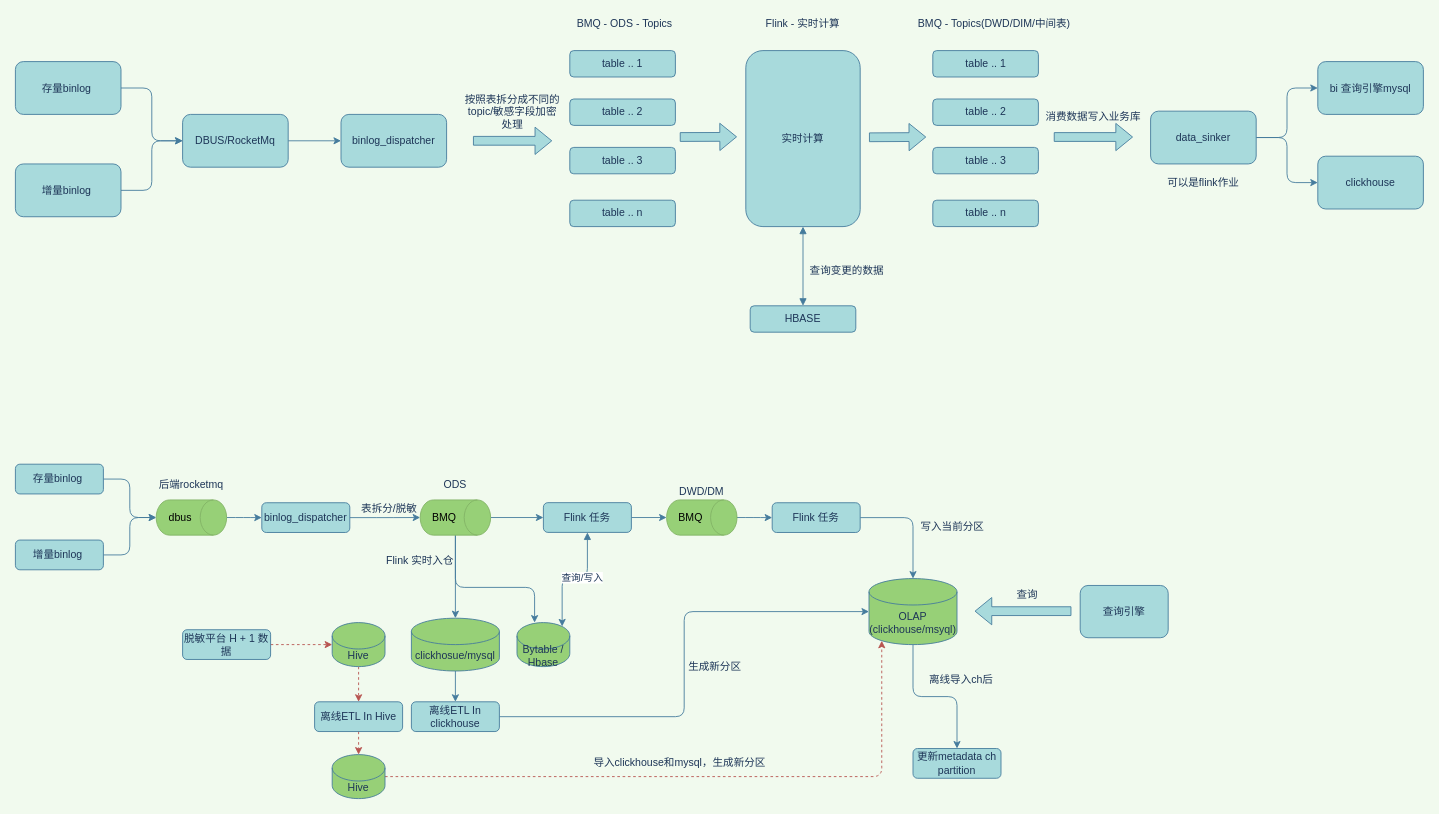
Above: real_time_etl.drawio in cicelprg/drawio (draw.io), before the change. Source tidied: cells renumbered, new cells numbered last; positions are measured from the earlier drawing's top-left corner, leaving out a move shared by most shapes. Both pictures are drawn from the tidied source at 88%, with x=0, y=0 at pixel (15, 15).
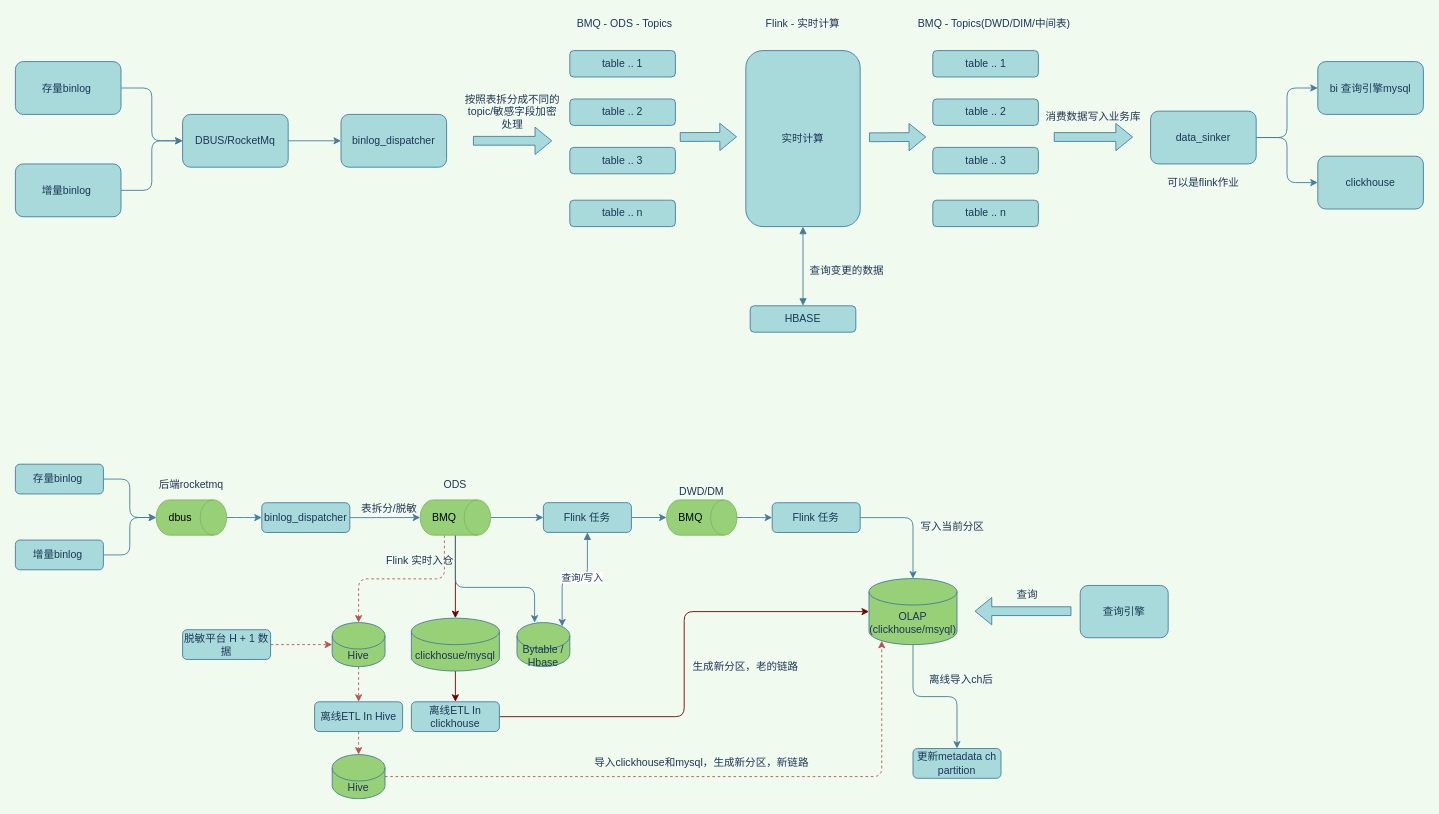
The same diagram, later.

Unchanged cells that the change refers to:
```xml
<mxCell id="48" value="BMQ" style="shape=cylinder3;whiteSpace=wrap;html=1;boundedLbl=1;backgroundOutline=1;size=15;rounded=0;sketch=0;strokeColor=#82b366;direction=south;fillColor=#97D077;" parent="1" vertex="1">
  <mxGeometry x="460" y="550.6" width="80" height="40" as="geometry" />
</mxCell>
<mxCell id="52" value="Hive" style="shape=cylinder3;whiteSpace=wrap;html=1;boundedLbl=1;backgroundOutline=1;size=15;rounded=0;sketch=0;strokeColor=#457B9D;fillColor=#97D077;fontColor=#1D3557;" parent="1" vertex="1">
  <mxGeometry x="360" y="690" width="60" height="50" as="geometry" />
</mxCell>
<mxCell id="54" value="clickhosue/mysql" style="shape=cylinder3;whiteSpace=wrap;html=1;boundedLbl=1;backgroundOutline=1;size=15;rounded=0;sketch=0;strokeColor=#457B9D;fillColor=#97D077;fontColor=#1D3557;" parent="1" vertex="1">
  <mxGeometry x="450" y="685" width="100" height="60" as="geometry" />
</mxCell>
<mxCell id="66" value="OLAP&lt;br&gt;(clickhouse/msyql)" style="shape=cylinder3;whiteSpace=wrap;html=1;boundedLbl=1;backgroundOutline=1;size=15;rounded=0;sketch=0;strokeColor=#457B9D;fillColor=#97D077;fontColor=#1D3557;" parent="1" vertex="1">
  <mxGeometry x="970" y="640" width="100" height="75" as="geometry" />
</mxCell>
<mxCell id="75" value="离线ETL In clickhouse" style="rounded=1;whiteSpace=wrap;html=1;sketch=0;strokeColor=#457B9D;fillColor=#A8DADC;fontColor=#1D3557;" parent="1" vertex="1">
  <mxGeometry x="450" y="780" width="100" height="33.8" as="geometry" />
</mxCell>
```

What changed in the source:
```diff
@@
-    <mxCell id="45" style="edgeStyle=orthogonalEdgeStyle;curved=0;rounded=1;sketch=0;jettySize=auto;html=1;exitX=1;exitY=0.5;exitDx=0;exitDy=0;exitPerimeter=0;entryX=0.5;entryY=0;entryDx=0;entryDy=0;entryPerimeter=0;strokeColor=#457B9D;fillColor=#A8DADC;fontColor=#1D3557;" parent="1" edge="1" source="48" target="54">
+    <mxCell id="45" style="edgeStyle=orthogonalEdgeStyle;curved=0;rounded=1;sketch=0;jettySize=auto;html=1;exitX=1;exitY=0.5;exitDx=0;exitDy=0;exitPerimeter=0;entryX=0.5;entryY=0;entryDx=0;entryDy=0;entryPerimeter=0;strokeColor=#6F0000;fillColor=#a20025;fontColor=#1D3557;" parent="1" edge="1" source="48" target="54">
       <mxGeometry relative="1" as="geometry" />
     </mxCell>
@@
+    <mxCell id="85" style="edgeStyle=orthogonalEdgeStyle;curved=0;rounded=1;sketch=0;jettySize=auto;html=1;exitX=1;exitY=0;exitDx=0;exitDy=52.5;exitPerimeter=0;entryX=0.5;entryY=0;entryDx=0;entryDy=0;entryPerimeter=0;startArrow=none;startFill=0;strokeColor=#b85450;fillColor=#f8cecc;fontColor=#1D3557;dashed=1;" parent="1" edge="1" source="48" target="52">
+      <mxGeometry relative="1" as="geometry" />
+    </mxCell>
@@
-    <mxCell id="53" style="edgeStyle=orthogonalEdgeStyle;curved=0;rounded=1;sketch=0;jettySize=auto;html=1;exitX=0.5;exitY=1;exitDx=0;exitDy=0;exitPerimeter=0;entryX=0.5;entryY=0;entryDx=0;entryDy=0;startArrow=none;startFill=0;strokeColor=#457B9D;fillColor=#A8DADC;fontColor=#1D3557;" parent="1" edge="1" source="54" target="75">
+    <mxCell id="53" style="edgeStyle=orthogonalEdgeStyle;curved=0;rounded=1;sketch=0;jettySize=auto;html=1;exitX=0.5;exitY=1;exitDx=0;exitDy=0;exitPerimeter=0;entryX=0.5;entryY=0;entryDx=0;entryDy=0;startArrow=none;startFill=0;strokeColor=#6F0000;fillColor=#a20025;fontColor=#1D3557;" parent="1" edge="1" source="54" target="75">
       <mxGeometry relative="1" as="geometry" />
     </mxCell>
@@
-    <mxCell id="73" value="导入clickhouse和mysql，生成新分区" style="text;html=1;strokeColor=none;fillColor=none;align=center;verticalAlign=middle;whiteSpace=wrap;rounded=0;sketch=0;fontColor=#1D3557;" parent="1" vertex="1">
-      <mxGeometry x="650" y="840" width="210" height="20" as="geometry" />
+    <mxCell id="73" value="导入clickhouse和mysql，生成新分区，新链路" style="text;html=1;strokeColor=none;fillColor=none;align=center;verticalAlign=middle;whiteSpace=wrap;rounded=0;sketch=0;fontColor=#1D3557;" parent="1" vertex="1">
+      <mxGeometry x="650" y="840" width="260" height="20" as="geometry" />
     </mxCell>
-    <mxCell id="74" style="edgeStyle=orthogonalEdgeStyle;curved=0;rounded=1;sketch=0;jettySize=auto;html=1;exitX=1;exitY=0.5;exitDx=0;exitDy=0;entryX=0;entryY=0.5;entryDx=0;entryDy=0;entryPerimeter=0;startArrow=none;startFill=0;strokeColor=#457B9D;fillColor=#A8DADC;fontColor=#1D3557;" parent="1" edge="1" source="75" target="66">
+    <mxCell id="74" style="edgeStyle=orthogonalEdgeStyle;curved=0;rounded=1;sketch=0;jettySize=auto;html=1;exitX=1;exitY=0.5;exitDx=0;exitDy=0;entryX=0;entryY=0.5;entryDx=0;entryDy=0;entryPerimeter=0;startArrow=none;startFill=0;strokeColor=#6F0000;fillColor=#a20025;fontColor=#1D3557;" parent="1" edge="1" source="75" target="66">
       <mxGeometry relative="1" as="geometry" />
     </mxCell>
@@
-    <mxCell id="77" value="生成新分区" style="text;html=1;strokeColor=none;fillColor=none;align=center;verticalAlign=middle;whiteSpace=wrap;rounded=0;sketch=0;fontColor=#1D3557;" parent="1" vertex="1">
-      <mxGeometry x="760" y="730" width="70" height="20" as="geometry" />
+    <mxCell id="77" value="生成新分区，老的链路" style="text;html=1;strokeColor=none;fillColor=none;align=center;verticalAlign=middle;whiteSpace=wrap;rounded=0;sketch=0;fontColor=#1D3557;" parent="1" vertex="1">
+      <mxGeometry x="760" y="730" width="140" height="20" as="geometry" />
     </mxCell>
```
